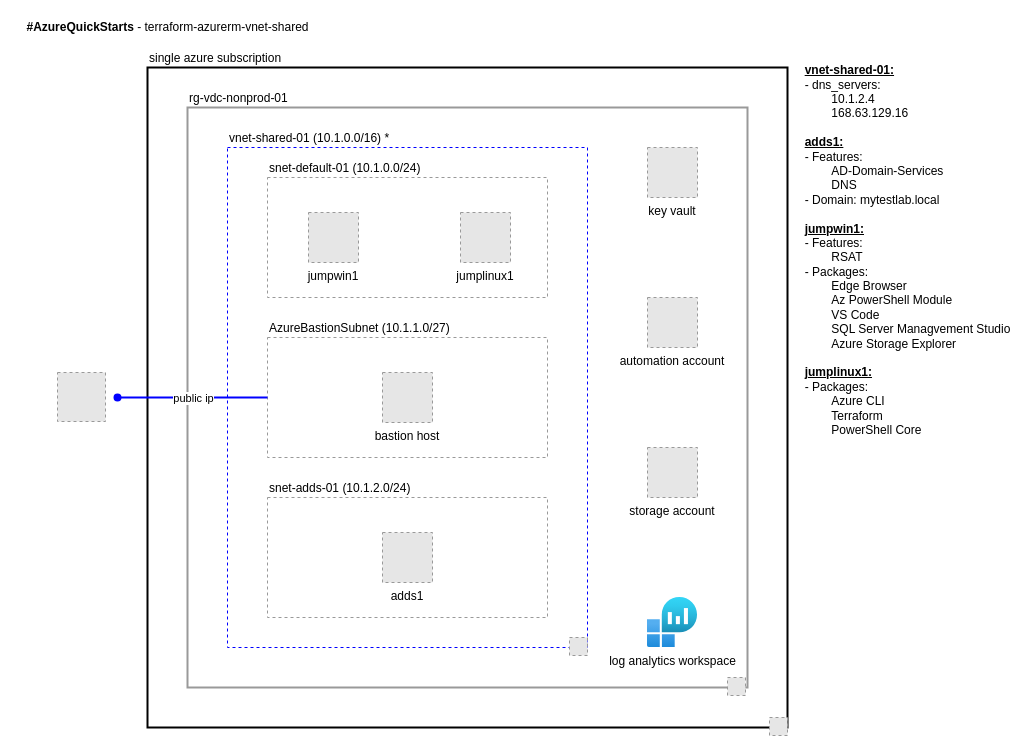
doherty100/azuresandbox keeps this draw.io diagram as terraform-azurerm-vnet-shared/vnet-shared-diagram.drawio. Above is the earlier version. Source tidied: cells renumbered, new cells numbered last; positions are measured from the earlier drawing's top-left corner, leaving out a move shared by most shapes. Both pictures are drawn from the tidied source at 100%, with x=0, y=0 at pixel (17, 17). Pictures stored in the file or linked from it are replaced by grey dashed boxes.
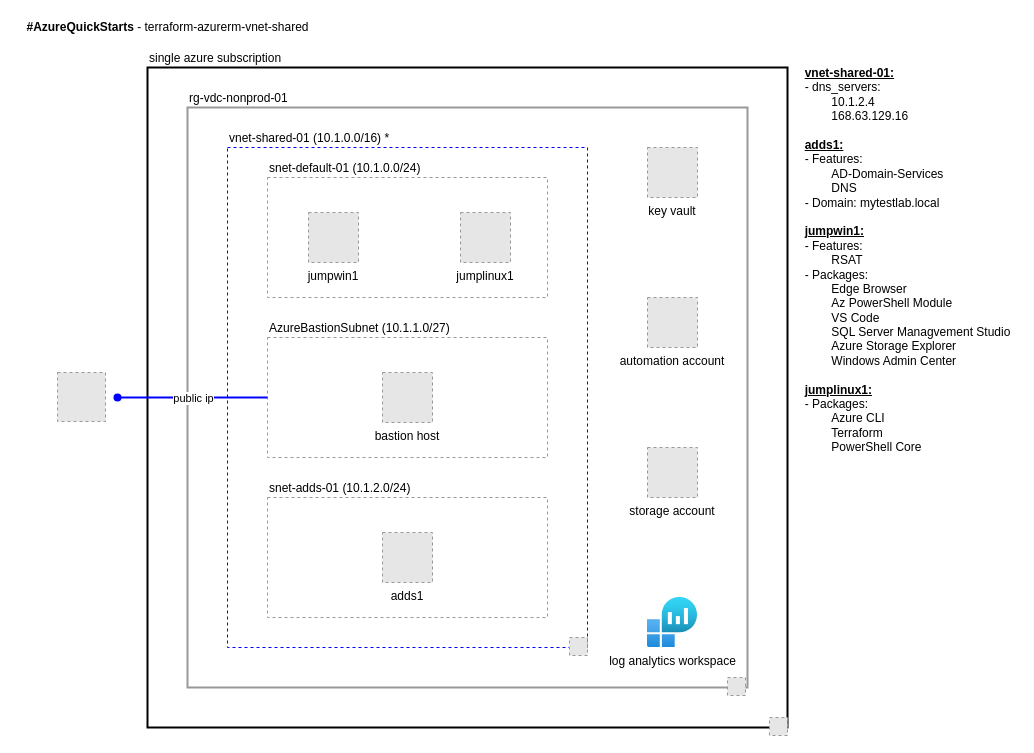
The same diagram, later.

Commit message (it also covers changes not shown here):
vnet shared dsc reliability

What changed in the source:
```diff
@@
-    <mxCell id="20" value="&lt;div style=&quot;text-align: left&quot;&gt;&lt;span&gt;&lt;u&gt;&lt;b&gt;vnet-shared-01:&lt;/b&gt;&lt;/u&gt;&lt;/span&gt;&lt;/div&gt;&lt;div style=&quot;text-align: left&quot;&gt;&lt;span&gt;- dns_servers:&amp;nbsp;&lt;/span&gt;&lt;/div&gt;&lt;div style=&quot;text-align: left&quot;&gt;&lt;span&gt;&lt;span style=&quot;white-space: pre&quot;&gt;&#9;&lt;/span&gt;10.1.2.4&lt;/span&gt;&lt;/div&gt;&lt;div style=&quot;text-align: left&quot;&gt;&lt;span&gt;&lt;span style=&quot;white-space: pre&quot;&gt;&#9;&lt;/span&gt;1&lt;/span&gt;&lt;span&gt;68.63.129.16&lt;/span&gt;&lt;/div&gt;&lt;div style=&quot;text-align: left&quot;&gt;&lt;span&gt;&lt;br&gt;&lt;/span&gt;&lt;/div&gt;&lt;div style=&quot;text-align: left&quot;&gt;&lt;div&gt;&lt;u&gt;&lt;b&gt;adds1:&lt;/b&gt;&lt;/u&gt;&lt;/div&gt;&lt;span style=&quot;text-align: center&quot;&gt;- Features:&amp;nbsp;&lt;/span&gt;&lt;/div&gt;&lt;div style=&quot;text-align: left&quot;&gt;&lt;span style=&quot;text-align: center&quot;&gt;&lt;span style=&quot;white-space: pre&quot;&gt;&#9;&lt;/span&gt;AD-Domain-Services&lt;/span&gt;&lt;/div&gt;&lt;div style=&quot;text-align: left&quot;&gt;&lt;span style=&quot;text-align: center&quot;&gt;&lt;span style=&quot;white-space: pre&quot;&gt;&#9;&lt;/span&gt;DNS&lt;/span&gt;&lt;br style=&quot;text-align: center&quot;&gt;&lt;div&gt;- Domain: mytestlab.local&lt;/div&gt;&lt;div&gt;&lt;br&gt;&lt;/div&gt;&lt;/div&gt;&lt;div style=&quot;text-align: left&quot;&gt;&lt;b&gt;&lt;u&gt;jumpwin1:&lt;/u&gt;&lt;/b&gt;&lt;/div&gt;&lt;div style=&quot;text-align: left&quot;&gt;- Features:&lt;/div&gt;&lt;div style=&quot;text-align: left&quot;&gt;&lt;span style=&quot;white-space: pre&quot;&gt;&#9;&lt;/span&gt;RSAT&lt;/div&gt;&lt;div style=&quot;text-align: left&quot;&gt;- Packages:&lt;/div&gt;&lt;div style=&quot;text-align: left&quot;&gt;&lt;span style=&quot;white-space: pre&quot;&gt;&#9;&lt;/span&gt;Edge Browser&lt;br&gt;&lt;/div&gt;&lt;div style=&quot;text-align: left&quot;&gt;&lt;span style=&quot;white-space: pre&quot;&gt;&#9;&lt;/span&gt;&lt;span&gt;Az PowerShell Module&lt;/span&gt;&lt;br&gt;&lt;/div&gt;&lt;div style=&quot;text-align: left&quot;&gt;&lt;span style=&quot;white-space: pre&quot;&gt;&#9;&lt;/span&gt;VS Code&lt;br&gt;&lt;/div&gt;&lt;div style=&quot;text-align: left&quot;&gt;&lt;span style=&quot;white-space: pre&quot;&gt;&#9;&lt;/span&gt;SQL Server Managvement Studio&lt;br&gt;&lt;/div&gt;&lt;div style=&quot;text-align: left&quot;&gt;&lt;span style=&quot;white-space: pre&quot;&gt;&#9;&lt;/span&gt;Azure Storage Explorer&lt;br&gt;&lt;/div&gt;&lt;div style=&quot;text-align: left&quot;&gt;&lt;span&gt;&lt;br&gt;&lt;/span&gt;&lt;/div&gt;&lt;div style=&quot;text-align: left&quot;&gt;&lt;div&gt;&lt;b&gt;&lt;u&gt;jumplinux1:&lt;/u&gt;&lt;/b&gt;&lt;/div&gt;&lt;div&gt;- Packages:&amp;nbsp;&lt;/div&gt;&lt;div&gt;&lt;span style=&quot;white-space: pre&quot;&gt;&#9;&lt;/span&gt;Azure CLI&lt;/div&gt;&lt;div&gt;&lt;span style=&quot;white-space: pre&quot;&gt;&#9;&lt;/span&gt;Terraform&lt;/div&gt;&lt;div&gt;&lt;span style=&quot;white-space: pre&quot;&gt;&#9;&lt;/span&gt;PowerShell Core&lt;br&gt;&lt;/div&gt;&lt;div&gt;&lt;br&gt;&lt;/div&gt;&lt;/div&gt;" style="text;html=1;align=center;verticalAlign=middle;rounded=0;fontColor=#000000;" parent="1" vertex="1">
-      <mxGeometry x="780" y="50" width="220" height="380" as="geometry" />
+    <mxCell id="20" value="&lt;div style=&quot;text-align: left&quot;&gt;&lt;span&gt;&lt;u&gt;&lt;b&gt;vnet-shared-01:&lt;/b&gt;&lt;/u&gt;&lt;/span&gt;&lt;/div&gt;&lt;div style=&quot;text-align: left&quot;&gt;&lt;span&gt;- dns_servers:&amp;nbsp;&lt;/span&gt;&lt;/div&gt;&lt;div style=&quot;text-align: left&quot;&gt;&lt;span&gt;&lt;span style=&quot;white-space: pre&quot;&gt;&#9;&lt;/span&gt;10.1.2.4&lt;/span&gt;&lt;/div&gt;&lt;div style=&quot;text-align: left&quot;&gt;&lt;span&gt;&lt;span style=&quot;white-space: pre&quot;&gt;&#9;&lt;/span&gt;1&lt;/span&gt;&lt;span&gt;68.63.129.16&lt;/span&gt;&lt;/div&gt;&lt;div style=&quot;text-align: left&quot;&gt;&lt;span&gt;&lt;br&gt;&lt;/span&gt;&lt;/div&gt;&lt;div style=&quot;text-align: left&quot;&gt;&lt;div&gt;&lt;u&gt;&lt;b&gt;adds1:&lt;/b&gt;&lt;/u&gt;&lt;/div&gt;&lt;span style=&quot;text-align: center&quot;&gt;- Features:&amp;nbsp;&lt;/span&gt;&lt;/div&gt;&lt;div style=&quot;text-align: left&quot;&gt;&lt;span style=&quot;text-align: center&quot;&gt;&lt;span style=&quot;white-space: pre&quot;&gt;&#9;&lt;/span&gt;AD-Domain-Services&lt;/span&gt;&lt;/div&gt;&lt;div style=&quot;text-align: left&quot;&gt;&lt;span style=&quot;text-align: center&quot;&gt;&lt;span style=&quot;white-space: pre&quot;&gt;&#9;&lt;/span&gt;DNS&lt;/span&gt;&lt;br style=&quot;text-align: center&quot;&gt;&lt;div&gt;- Domain: mytestlab.local&lt;/div&gt;&lt;div&gt;&lt;br&gt;&lt;/div&gt;&lt;/div&gt;&lt;div style=&quot;text-align: left&quot;&gt;&lt;b&gt;&lt;u&gt;jumpwin1:&lt;/u&gt;&lt;/b&gt;&lt;/div&gt;&lt;div style=&quot;text-align: left&quot;&gt;- Features:&lt;/div&gt;&lt;div style=&quot;text-align: left&quot;&gt;&lt;span style=&quot;white-space: pre&quot;&gt;&#9;&lt;/span&gt;RSAT&lt;/div&gt;&lt;div style=&quot;text-align: left&quot;&gt;- Packages:&lt;/div&gt;&lt;div style=&quot;text-align: left&quot;&gt;&lt;span style=&quot;white-space: pre&quot;&gt;&#9;&lt;/span&gt;Edge Browser&lt;br&gt;&lt;/div&gt;&lt;div style=&quot;text-align: left&quot;&gt;&lt;span style=&quot;white-space: pre&quot;&gt;&#9;&lt;/span&gt;&lt;span&gt;Az PowerShell Module&lt;/span&gt;&lt;br&gt;&lt;/div&gt;&lt;div style=&quot;text-align: left&quot;&gt;&lt;span style=&quot;white-space: pre&quot;&gt;&#9;&lt;/span&gt;VS Code&lt;br&gt;&lt;/div&gt;&lt;div style=&quot;text-align: left&quot;&gt;&lt;span style=&quot;white-space: pre&quot;&gt;&#9;&lt;/span&gt;SQL Server Managvement Studio&lt;br&gt;&lt;/div&gt;&lt;div style=&quot;text-align: left&quot;&gt;&lt;span style=&quot;white-space: pre&quot;&gt;&#9;&lt;/span&gt;Azure Storage Explorer&lt;br&gt;&lt;/div&gt;&lt;div style=&quot;text-align: left&quot;&gt;&lt;span style=&quot;white-space: pre&quot;&gt;&#9;&lt;/span&gt;Windows Admin Center&lt;br&gt;&lt;/div&gt;&lt;div style=&quot;text-align: left&quot;&gt;&lt;span&gt;&lt;br&gt;&lt;/span&gt;&lt;/div&gt;&lt;div style=&quot;text-align: left&quot;&gt;&lt;div&gt;&lt;b&gt;&lt;u&gt;jumplinux1:&lt;/u&gt;&lt;/b&gt;&lt;/div&gt;&lt;div&gt;- Packages:&amp;nbsp;&lt;/div&gt;&lt;div&gt;&lt;span style=&quot;white-space: pre&quot;&gt;&#9;&lt;/span&gt;Azure CLI&lt;/div&gt;&lt;div&gt;&lt;span style=&quot;white-space: pre&quot;&gt;&#9;&lt;/span&gt;Terraform&lt;/div&gt;&lt;div&gt;&lt;span style=&quot;white-space: pre&quot;&gt;&#9;&lt;/span&gt;PowerShell Core&lt;br&gt;&lt;/div&gt;&lt;div&gt;&lt;br&gt;&lt;/div&gt;&lt;/div&gt;" style="text;html=1;align=center;verticalAlign=middle;rounded=0;fontColor=#000000;" parent="1" vertex="1">
+      <mxGeometry x="780" y="50" width="220" height="400" as="geometry" />
     </mxCell>
```
